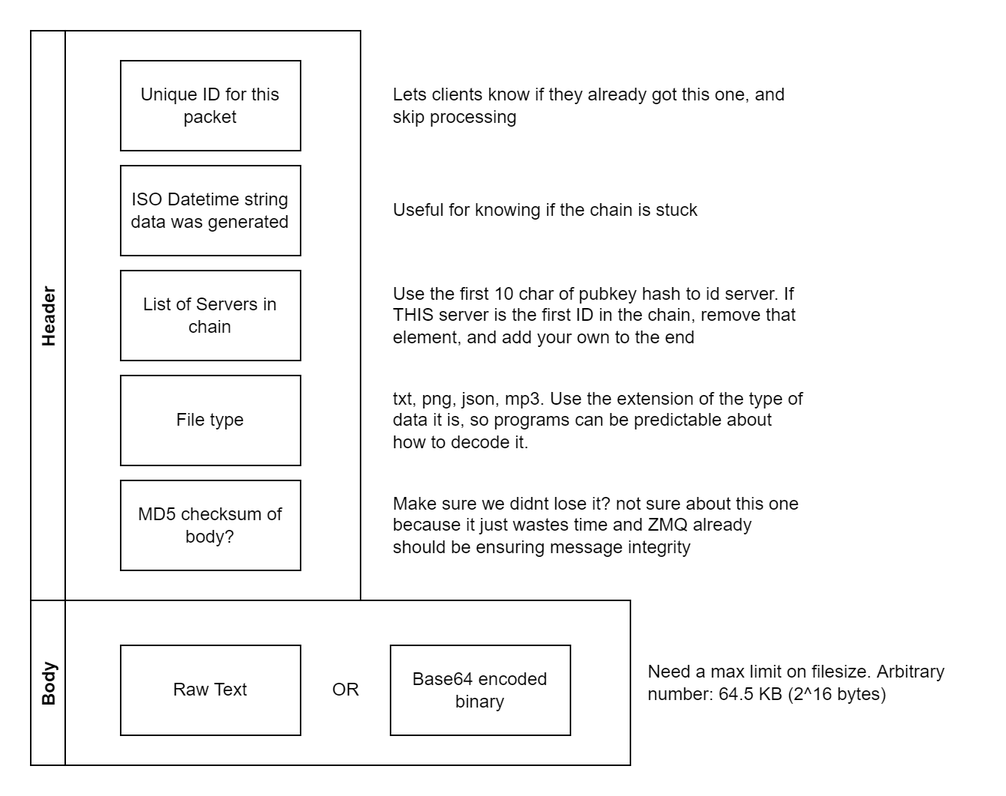
This is docs/netkiss-Packet.drawio.png from starmaid/netkiss, a draw.io export, as it was before one commit. Source tidied: cells renumbered, new cells last; positions are measured from the earlier drawing's top-left corner, leaving out a move shared by most shapes. Source of this version:
```xml
<mxGraphModel>
  <root>
    <mxCell id="0" />
    <mxCell id="1" parent="0" />
    <mxCell id="2" value="Header" style="swimlane;horizontal=0;" parent="1" vertex="1">
      <mxGeometry width="220" height="380" as="geometry" />
    </mxCell>
    <mxCell id="3" value="Unique ID for this packet" style="rounded=0;whiteSpace=wrap;html=1;" parent="2" vertex="1">
      <mxGeometry x="60" y="20" width="120" height="60" as="geometry" />
    </mxCell>
    <mxCell id="4" value="List of Servers in chain" style="rounded=0;whiteSpace=wrap;html=1;" parent="2" vertex="1">
      <mxGeometry x="60" y="160" width="120" height="60" as="geometry" />
    </mxCell>
    <mxCell id="5" value="File type" style="rounded=0;whiteSpace=wrap;html=1;" parent="2" vertex="1">
      <mxGeometry x="60" y="230" width="120" height="60" as="geometry" />
    </mxCell>
    <mxCell id="6" value="MD5 checksum of body?" style="rounded=0;whiteSpace=wrap;html=1;" parent="2" vertex="1">
      <mxGeometry x="60" y="300" width="120" height="60" as="geometry" />
    </mxCell>
    <mxCell id="7" value="ISO Datetime string data was generated" style="rounded=0;whiteSpace=wrap;html=1;" parent="2" vertex="1">
      <mxGeometry x="60" y="90" width="120" height="60" as="geometry" />
    </mxCell>
    <mxCell id="8" value="Body" style="swimlane;horizontal=0;" parent="1" vertex="1">
      <mxGeometry y="380" width="400" height="110" as="geometry" />
    </mxCell>
    <mxCell id="9" value="Raw Text" style="rounded=0;whiteSpace=wrap;html=1;" parent="8" vertex="1">
      <mxGeometry x="60" y="30" width="120" height="60" as="geometry" />
    </mxCell>
    <mxCell id="10" value="Base64 encoded binary" style="rounded=0;whiteSpace=wrap;html=1;" parent="8" vertex="1">
      <mxGeometry x="240" y="30" width="120" height="60" as="geometry" />
    </mxCell>
    <mxCell id="11" value="OR" style="text;html=1;align=center;verticalAlign=middle;strokeColor=none;fillColor=none;" parent="8" vertex="1">
      <mxGeometry x="190" y="45" width="40" height="30" as="geometry" />
    </mxCell>
    <mxCell id="12" value="Lets clients know if they already got this one, and skip processing" style="text;html=1;strokeColor=none;fillColor=none;align=left;verticalAlign=middle;whiteSpace=wrap;rounded=0;" parent="1" vertex="1">
      <mxGeometry x="240" y="20" width="280" height="60" as="geometry" />
    </mxCell>
    <mxCell id="13" value="Use the first 10 char of pubkey hash to id server. If THIS server is the first ID in the chain, remove that element, and add your own to the end" style="text;html=1;strokeColor=none;fillColor=none;align=left;verticalAlign=middle;whiteSpace=wrap;rounded=0;" parent="1" vertex="1">
      <mxGeometry x="240" y="160" width="280" height="60" as="geometry" />
    </mxCell>
    <mxCell id="14" value="txt, png, json, mp3. Use the extension of the type of data it is, so programs can be predictable about how to decode it." style="text;html=1;strokeColor=none;fillColor=none;align=left;verticalAlign=middle;whiteSpace=wrap;rounded=0;" parent="1" vertex="1">
      <mxGeometry x="240" y="230" width="280" height="60" as="geometry" />
    </mxCell>
    <mxCell id="15" value="Need a max limit on filesize. Arbitrary number: 64.5 KB (2^16 bytes)" style="text;html=1;strokeColor=none;fillColor=none;align=left;verticalAlign=middle;whiteSpace=wrap;rounded=0;" parent="1" vertex="1">
      <mxGeometry x="410" y="392.5" width="220" height="85" as="geometry" />
    </mxCell>
    <mxCell id="16" value="Make sure we didnt lose it? not sure about this one because it just wastes time and ZMQ already should be ensuring message integrity" style="text;html=1;strokeColor=none;fillColor=none;align=left;verticalAlign=middle;whiteSpace=wrap;rounded=0;" parent="1" vertex="1">
      <mxGeometry x="240" y="300" width="280" height="60" as="geometry" />
    </mxCell>
    <mxCell id="17" value="Useful for knowing if the chain is stuck" style="text;html=1;strokeColor=none;fillColor=none;align=left;verticalAlign=middle;whiteSpace=wrap;rounded=0;" parent="1" vertex="1">
      <mxGeometry x="240" y="90" width="280" height="60" as="geometry" />
    </mxCell>
  </root>
</mxGraphModel>
```
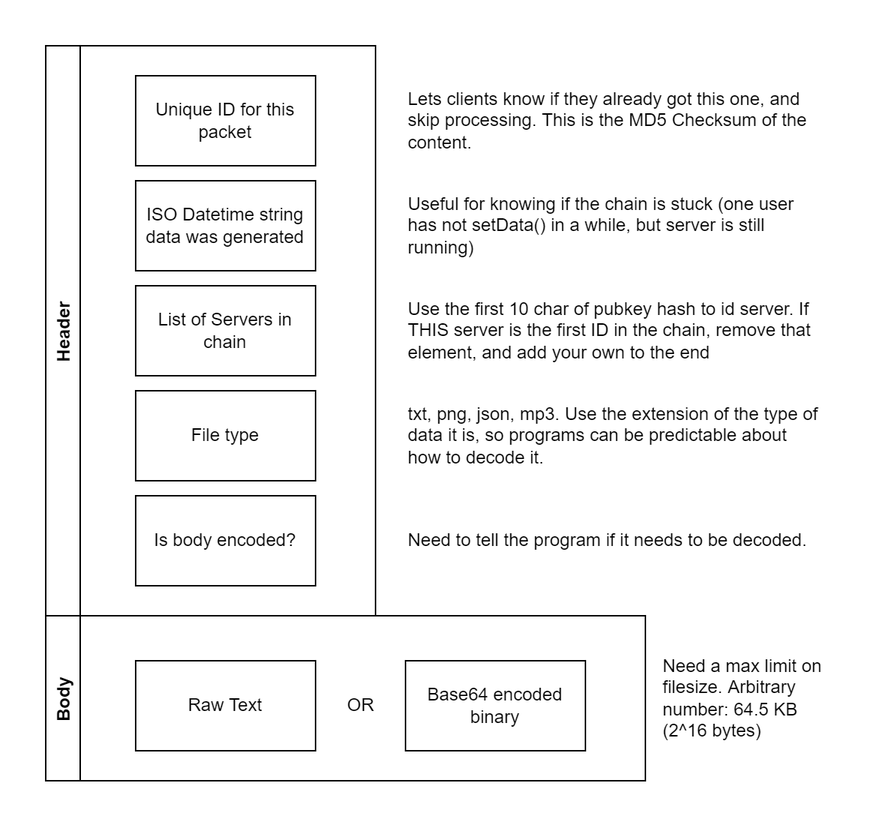
The same diagram one commit later.

What changed in the source:
```diff
@@ -14,7 +14,7 @@
     <mxCell id="5" value="File type" style="rounded=0;whiteSpace=wrap;html=1;" parent="2" vertex="1">
       <mxGeometry x="60" y="230" width="120" height="60" as="geometry" />
     </mxCell>
-    <mxCell id="6" value="MD5 checksum of body?" style="rounded=0;whiteSpace=wrap;html=1;" parent="2" vertex="1">
+    <mxCell id="6" value="Is body encoded?" style="rounded=0;whiteSpace=wrap;html=1;" parent="2" vertex="1">
       <mxGeometry x="60" y="300" width="120" height="60" as="geometry" />
     </mxCell>
     <mxCell id="7" value="ISO Datetime string data was generated" style="rounded=0;whiteSpace=wrap;html=1;" parent="2" vertex="1">
@@ -32,7 +32,7 @@
     <mxCell id="11" value="OR" style="text;html=1;align=center;verticalAlign=middle;strokeColor=none;fillColor=none;" parent="8" vertex="1">
       <mxGeometry x="190" y="45" width="40" height="30" as="geometry" />
     </mxCell>
-    <mxCell id="12" value="Lets clients know if they already got this one, and skip processing" style="text;html=1;strokeColor=none;fillColor=none;align=left;verticalAlign=middle;whiteSpace=wrap;rounded=0;" parent="1" vertex="1">
+    <mxCell id="12" value="Lets clients know if they already got this one, and skip processing. This is the MD5 Checksum of the content." style="text;html=1;strokeColor=none;fillColor=none;align=left;verticalAlign=middle;whiteSpace=wrap;rounded=0;" parent="1" vertex="1">
       <mxGeometry x="240" y="20" width="280" height="60" as="geometry" />
     </mxCell>
     <mxCell id="13" value="Use the first 10 char of pubkey hash to id server. If THIS server is the first ID in the chain, remove that element, and add your own to the end" style="text;html=1;strokeColor=none;fillColor=none;align=left;verticalAlign=middle;whiteSpace=wrap;rounded=0;" parent="1" vertex="1">
@@ -42,12 +42,12 @@
       <mxGeometry x="240" y="230" width="280" height="60" as="geometry" />
     </mxCell>
     <mxCell id="15" value="Need a max limit on filesize. Arbitrary number: 64.5 KB (2^16 bytes)" style="text;html=1;strokeColor=none;fillColor=none;align=left;verticalAlign=middle;whiteSpace=wrap;rounded=0;" parent="1" vertex="1">
-      <mxGeometry x="410" y="392.5" width="220" height="85" as="geometry" />
+      <mxGeometry x="410" y="392.5" width="120" height="85" as="geometry" />
     </mxCell>
-    <mxCell id="16" value="Make sure we didnt lose it? not sure about this one because it just wastes time and ZMQ already should be ensuring message integrity" style="text;html=1;strokeColor=none;fillColor=none;align=left;verticalAlign=middle;whiteSpace=wrap;rounded=0;" parent="1" vertex="1">
+    <mxCell id="16" value="Need to tell the program if it needs to be decoded." style="text;html=1;strokeColor=none;fillColor=none;align=left;verticalAlign=middle;whiteSpace=wrap;rounded=0;" parent="1" vertex="1">
       <mxGeometry x="240" y="300" width="280" height="60" as="geometry" />
     </mxCell>
-    <mxCell id="17" value="Useful for knowing if the chain is stuck" style="text;html=1;strokeColor=none;fillColor=none;align=left;verticalAlign=middle;whiteSpace=wrap;rounded=0;" parent="1" vertex="1">
+    <mxCell id="17" value="Useful for knowing if the chain is stuck (one user has not setData() in a while, but server is still running)" style="text;html=1;strokeColor=none;fillColor=none;align=left;verticalAlign=middle;whiteSpace=wrap;rounded=0;" parent="1" vertex="1">
       <mxGeometry x="240" y="90" width="280" height="60" as="geometry" />
     </mxCell>
   </root>
```
